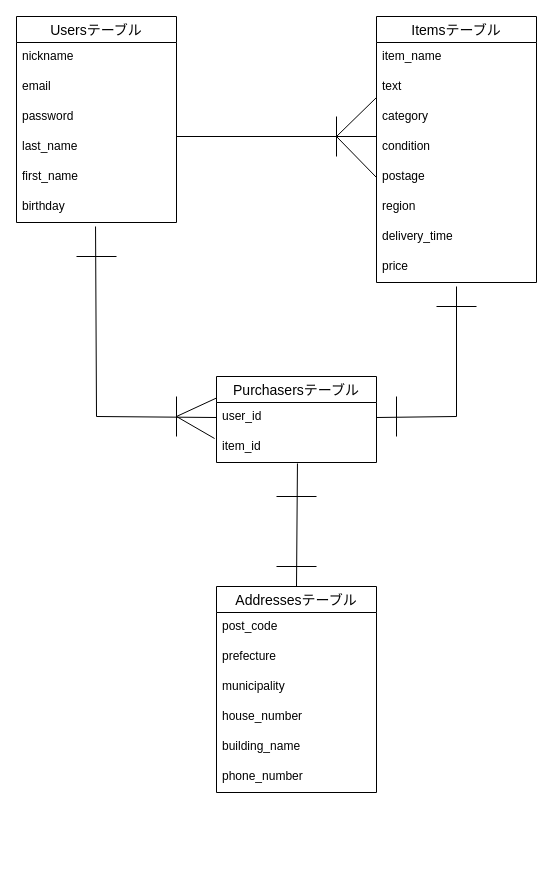
Before: app/test.dio in techcamp-kawamata/furima-40315, a draw.io diagram. Source tidied: cells renumbered, new cells numbered last; positions are measured from the earlier drawing's top-left corner, leaving out a move shared by most shapes. Both pictures are drawn from the tidied source at 100%, with x=0, y=0 at pixel (16, 16).
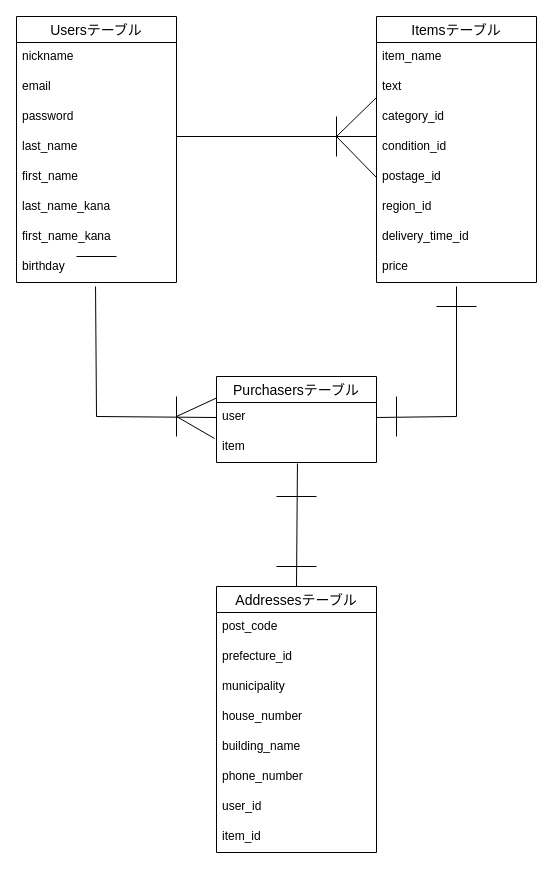
Above is the later version.

Unchanged cells that the change refers to:
```xml
<mxCell id="9" value="Itemsテーブル" style="swimlane;fontStyle=0;horizontal=1;startSize=26;align=center;fontSize=14;" parent="1" vertex="1">
  <mxGeometry x="360" width="160" height="266" as="geometry" />
</mxCell>
<mxCell id="18" value="Purchasersテーブル" style="swimlane;fontStyle=0;horizontal=1;startSize=26;align=center;fontSize=14;" parent="1" vertex="1">
  <mxGeometry x="200" y="360" width="160" height="86" as="geometry" />
</mxCell>
```

Change to the diagram source:
```diff
@@
     <mxCell id="2" value="Usersテーブル" style="swimlane;fontStyle=0;horizontal=1;startSize=26;align=center;fontSize=14;" parent="1" vertex="1">
-      <mxGeometry width="160" height="206" as="geometry" />
+      <mxGeometry width="160" height="266" as="geometry" />
     </mxCell>
@@
+    <mxCell id="44" value="last_name_kana" style="text;strokeColor=none;fillColor=none;spacingLeft=4;spacingRight=4;overflow=hidden;fontSize=12;" parent="2" vertex="1">
+      <mxGeometry y="176" width="160" height="30" as="geometry" />
+    </mxCell>
+    <mxCell id="45" value="first_name_kana" style="text;strokeColor=none;fillColor=none;spacingLeft=4;spacingRight=4;overflow=hidden;fontSize=12;" parent="2" vertex="1">
+      <mxGeometry y="206" width="160" height="30" as="geometry" />
+    </mxCell>
     <mxCell id="8" value="birthday " style="text;strokeColor=none;fillColor=none;spacingLeft=4;spacingRight=4;overflow=hidden;points=[[0,0.5],[1,0.5]];portConstraint=eastwest;fontSize=12;" parent="2" vertex="1">
-      <mxGeometry y="176" width="160" height="30" as="geometry" />
+      <mxGeometry y="236" width="160" height="30" as="geometry" />
     </mxCell>
@@
-    <mxCell id="12" value="category" style="text;strokeColor=none;fillColor=none;spacingLeft=4;spacingRight=4;overflow=hidden;points=[[0,0.5],[1,0.5]];portConstraint=eastwest;fontSize=12;" parent="9" vertex="1">
+    <mxCell id="12" value="category_id" style="text;strokeColor=none;fillColor=none;spacingLeft=4;spacingRight=4;overflow=hidden;points=[[0,0.5],[1,0.5]];portConstraint=eastwest;fontSize=12;" parent="9" vertex="1">
       <mxGeometry y="86" width="160" height="30" as="geometry" />
     </mxCell>
-    <mxCell id="13" value="condition" style="text;strokeColor=none;fillColor=none;spacingLeft=4;spacingRight=4;overflow=hidden;fontSize=12;" parent="9" vertex="1">
+    <mxCell id="13" value="condition_id" style="text;strokeColor=none;fillColor=none;spacingLeft=4;spacingRight=4;overflow=hidden;fontSize=12;" parent="9" vertex="1">
       <mxGeometry y="116" width="160" height="30" as="geometry" />
     </mxCell>
-    <mxCell id="14" value="postage" style="text;strokeColor=none;fillColor=none;spacingLeft=4;spacingRight=4;overflow=hidden;points=[[0,0.5],[1,0.5]];portConstraint=eastwest;fontSize=12;" parent="9" vertex="1">
+    <mxCell id="14" value="postage_id" style="text;strokeColor=none;fillColor=none;spacingLeft=4;spacingRight=4;overflow=hidden;points=[[0,0.5],[1,0.5]];portConstraint=eastwest;fontSize=12;" parent="9" vertex="1">
       <mxGeometry y="146" width="160" height="30" as="geometry" />
     </mxCell>
-    <mxCell id="15" value="region" style="text;strokeColor=none;fillColor=none;spacingLeft=4;spacingRight=4;overflow=hidden;fontSize=12;" parent="9" vertex="1">
+    <mxCell id="15" value="region_id" style="text;strokeColor=none;fillColor=none;spacingLeft=4;spacingRight=4;overflow=hidden;fontSize=12;" parent="9" vertex="1">
       <mxGeometry y="176" width="160" height="30" as="geometry" />
     </mxCell>
-    <mxCell id="16" value="delivery_time&#10;" style="text;strokeColor=none;fillColor=none;spacingLeft=4;spacingRight=4;overflow=hidden;fontSize=12;" parent="9" vertex="1">
+    <mxCell id="16" value="delivery_time_id&#10;" style="text;strokeColor=none;fillColor=none;spacingLeft=4;spacingRight=4;overflow=hidden;fontSize=12;" parent="9" vertex="1">
       <mxGeometry y="206" width="160" height="30" as="geometry" />
     </mxCell>
@@
-    <mxCell id="19" value="user_id " style="text;strokeColor=none;fillColor=none;spacingLeft=4;spacingRight=4;overflow=hidden;points=[[0,0.5],[1,0.5]];portConstraint=eastwest;fontSize=12;" parent="18" vertex="1">
+    <mxCell id="19" value="user" style="text;strokeColor=none;fillColor=none;spacingLeft=4;spacingRight=4;overflow=hidden;points=[[0,0.5],[1,0.5]];portConstraint=eastwest;fontSize=12;" parent="18" vertex="1">
       <mxGeometry y="26" width="160" height="30" as="geometry" />
     </mxCell>
-    <mxCell id="20" value="item_id " style="text;strokeColor=none;fillColor=none;spacingLeft=4;spacingRight=4;overflow=hidden;points=[[0,0.5],[1,0.5]];portConstraint=eastwest;fontSize=12;" parent="18" vertex="1">
+    <mxCell id="20" value="item" style="text;strokeColor=none;fillColor=none;spacingLeft=4;spacingRight=4;overflow=hidden;points=[[0,0.5],[1,0.5]];portConstraint=eastwest;fontSize=12;" parent="18" vertex="1">
       <mxGeometry y="56" width="160" height="30" as="geometry" />
     </mxCell>
     <mxCell id="21" value="Addressesテーブル" style="swimlane;fontStyle=0;horizontal=1;startSize=26;align=center;fontSize=14;" parent="1" vertex="1">
-      <mxGeometry x="200" y="570" width="160" height="206" as="geometry" />
+      <mxGeometry x="200" y="570" width="160" height="266" as="geometry" />
     </mxCell>
@@
-    <mxCell id="23" value="prefecture" style="text;strokeColor=none;fillColor=none;spacingLeft=4;spacingRight=4;overflow=hidden;fontSize=12;" parent="21" vertex="1">
+    <mxCell id="23" value="prefecture_id" style="text;strokeColor=none;fillColor=none;spacingLeft=4;spacingRight=4;overflow=hidden;fontSize=12;" parent="21" vertex="1">
       <mxGeometry y="56" width="160" height="30" as="geometry" />
     </mxCell>
@@
+    <mxCell id="46" value="user_id" style="text;strokeColor=none;fillColor=none;spacingLeft=4;spacingRight=4;overflow=hidden;fontSize=12;" parent="21" vertex="1">
+      <mxGeometry y="206" width="160" height="30" as="geometry" />
+    </mxCell>
+    <mxCell id="47" value="item_id" style="text;strokeColor=none;fillColor=none;spacingLeft=4;spacingRight=4;overflow=hidden;fontSize=12;" parent="21" vertex="1">
+      <mxGeometry y="236" width="160" height="30" as="geometry" />
+    </mxCell>
```
